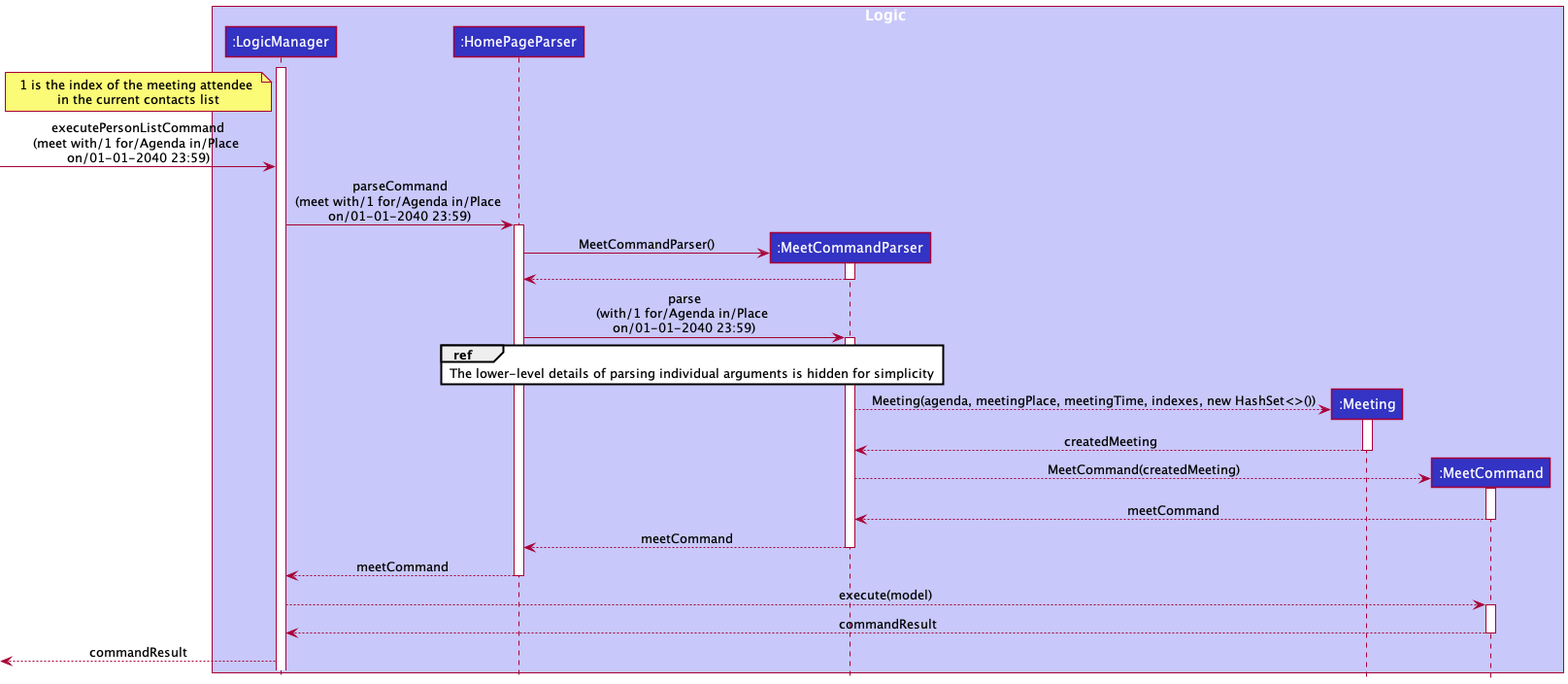
tonishka/tp keeps this PlantUML diagram as docs/images/MeetCommandSequenceDiagram.png. Above is the earlier version.
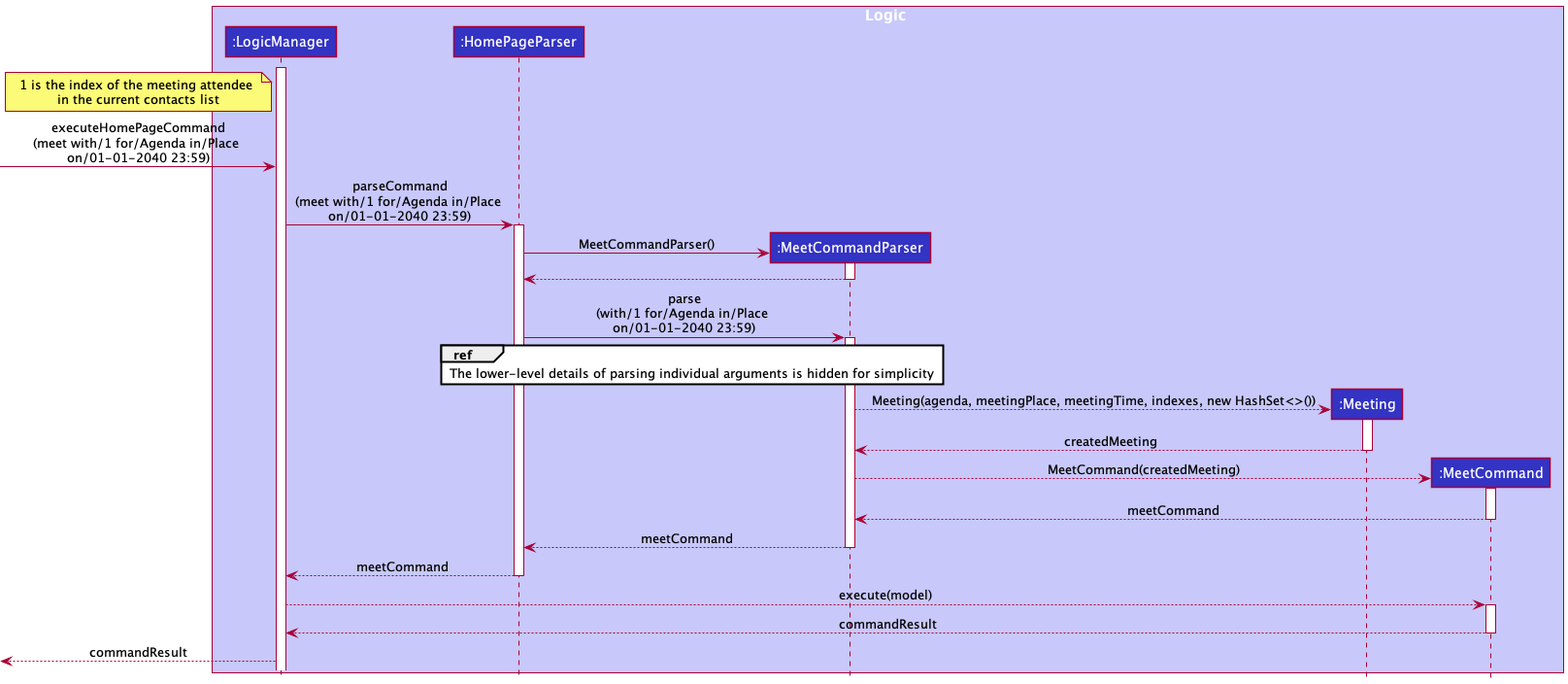
The same diagram one commit later.

What changed in the source:
```diff
@@ -12,7 +12,7 @@
 
 activate LogicManager
 note left of LogicManager: 1 is the index of the meeting attendee \nin the current contacts list
--> LogicManager : executePersonListCommand\n(meet with/1 for/Agenda in/Place \non/01-01-2040 23:59)
+-> LogicManager : executeHomePageCommand\n(meet with/1 for/Agenda in/Place \non/01-01-2040 23:59)
 LogicManager -> HomePageParser : parseCommand\n(meet with/1 for/Agenda in/Place \non/01-01-2040 23:59)
 activate HomePageParser
 HomePageParser -> MeetCommandParser** : MeetCommandParser()
```
